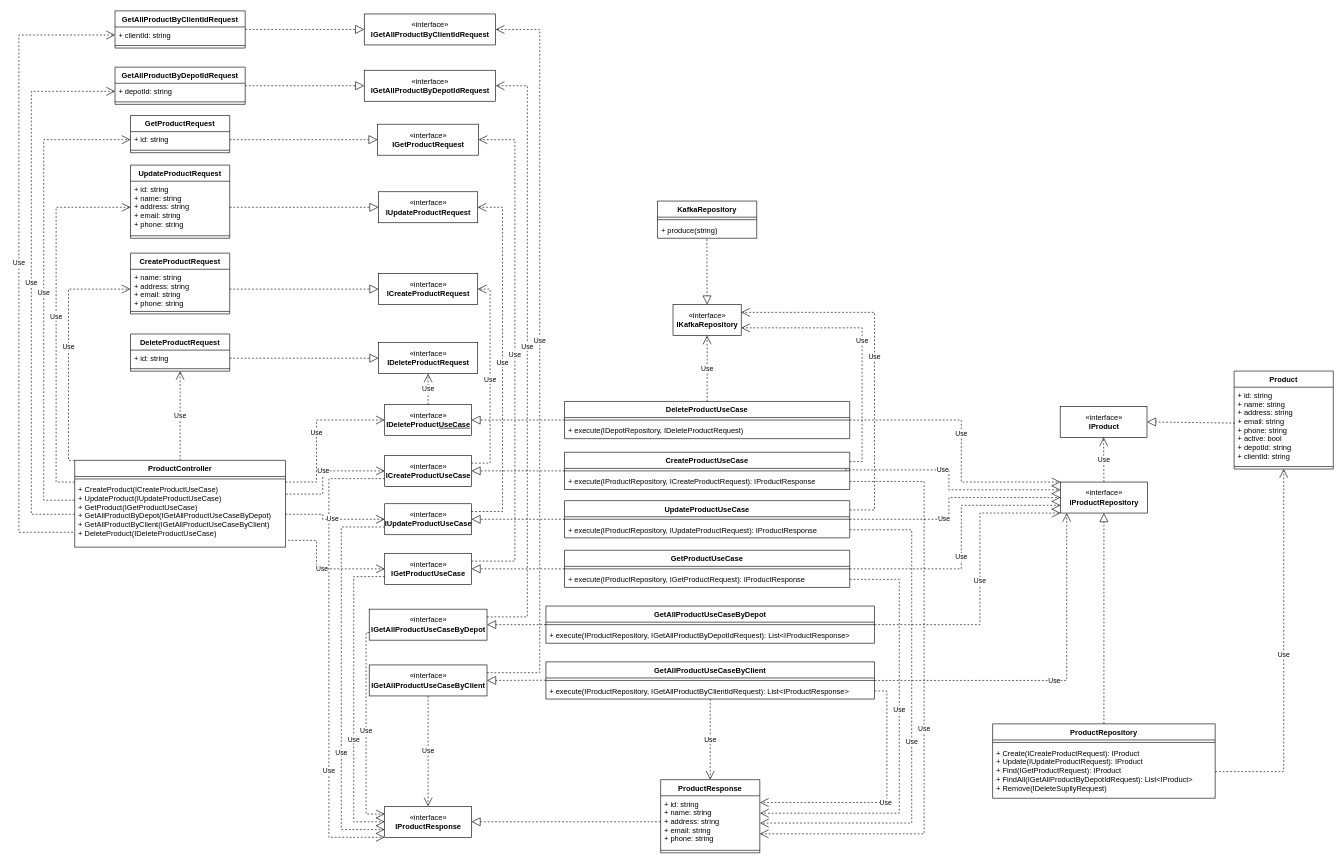
Above: project/diagrams/class-diagrams/products-service/products-service.drawio in bitols/logistics-services-management (draw.io), before the change. Source tidied: cells renumbered, new cells numbered last; positions are measured from the earlier drawing's top-left corner, leaving out a move shared by most shapes. Both pictures are drawn from the tidied source at 62%, with x=0, y=0 at pixel (19, 11).
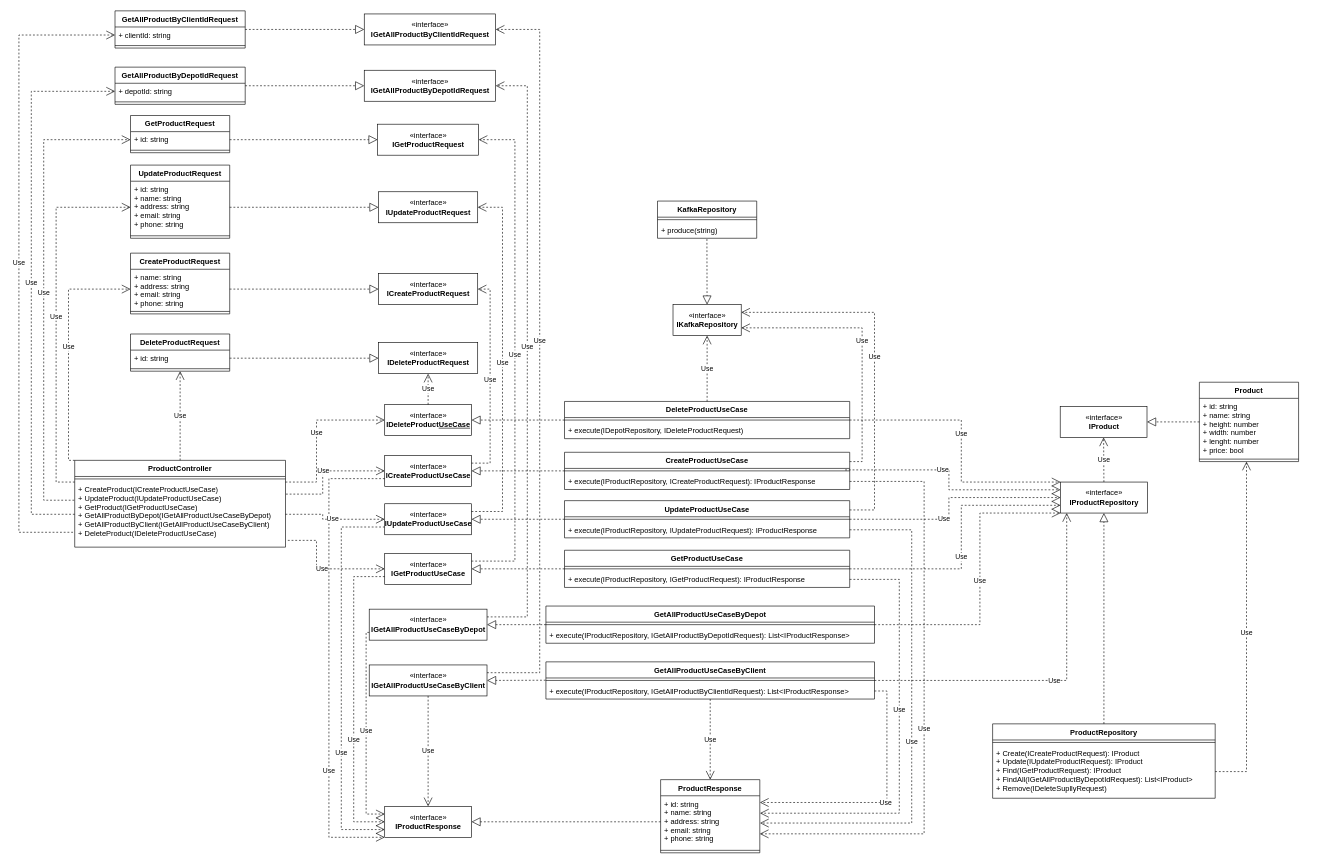
The same diagram, later.

The change refers to these unchanged cells:
```xml
<mxCell id="76" value="«interface»&lt;br&gt;&lt;b&gt;IProduct&lt;/b&gt;" style="html=1;" parent="1" vertex="1">
  <mxGeometry x="1679.5" y="638" width="140" height="50" as="geometry" />
</mxCell>
<mxCell id="79" value="+ Create(ICreateProductRequest): IProduct&#10;+ Update(IUpdateProductRequest): IProduct&#10;+ Find(IGetProductRequest): IProduct&#10;+ FindAll(IGetAllProductByDepotIdRequest): List&lt;IProduct&gt;&#10;+ Remove(IDeleteSupllyRequest)" style="text;strokeColor=none;fillColor=none;align=left;verticalAlign=top;spacingLeft=4;spacingRight=4;overflow=hidden;points=[[0,0.5],[1,0.5]];portConstraint=eastwest;" parent="77" vertex="1">
  <mxGeometry y="34" width="359" height="86" as="geometry" />
</mxCell>
```

The edit, as a diff of the source:
```diff
@@
-    <mxCell id="81" value="Product" style="swimlane;fontStyle=1;align=center;verticalAlign=top;horizontal=1;startSize=26;" parent="1" vertex="1">
-      <mxGeometry x="1960" y="581" width="160" height="158" as="geometry" />
-    </mxCell>
-    <mxCell id="82" value="+ id: string&#10;+ name: string&#10;+ address: string&#10;+ email: string&#10;+ phone: string&#10;+ active: bool&#10;+ depotId: string&#10;+ clientId: string" style="text;strokeColor=none;fillColor=none;align=left;verticalAlign=top;spacingLeft=4;spacingRight=4;overflow=hidden;points=[[0,0.5],[1,0.5]];portConstraint=eastwest;" parent="81" vertex="1">
-      <mxGeometry y="26" width="160" height="124" as="geometry" />
-    </mxCell>
-    <mxCell id="83" style="line;strokeWidth=1;fillColor=none;align=left;verticalAlign=middle;spacingTop=-1;spacingLeft=3;spacingRight=3;labelPosition=right;" parent="81" vertex="1">
-      <mxGeometry y="150" width="160" height="8" as="geometry" />
-    </mxCell>
-    <mxCell id="84" value="Use" style="endArrow=open;endSize=12;dashed=1;html=1;rounded=0;exitX=1;exitY=0.5;exitDx=0;exitDy=0;edgeStyle=elbowEdgeStyle;elbow=vertical;entryX=0.5;entryY=1;entryDx=0;entryDy=0;" parent="1" edge="1" source="79" target="81">
+    <mxCell id="84" value="Use" style="endArrow=open;endSize=12;dashed=1;html=1;rounded=0;exitX=1;exitY=0.5;exitDx=0;exitDy=0;edgeStyle=elbowEdgeStyle;elbow=vertical;" parent="1" edge="1" source="79" target="81">
       <mxGeometry relative="1" as="geometry">
         <Array as="points">
           <mxPoint x="1980" y="1227" />
           <mxPoint x="1920" y="990" />
         </Array>
       </mxGeometry>
     </mxCell>
-    <mxCell id="85" style="endArrow=block;dashed=1;endFill=0;endSize=12;html=1;rounded=0;elbow=vertical;entryX=1;entryY=0.5;entryDx=0;entryDy=0;exitX=0.008;exitY=0.467;exitDx=0;exitDy=0;exitPerimeter=0;" parent="1" edge="1" source="82" target="76">
+    <mxCell id="85" style="endArrow=block;dashed=1;endFill=0;endSize=12;html=1;rounded=0;elbow=vertical;entryX=1;entryY=0.5;entryDx=0;entryDy=0;" parent="1" edge="1" source="81" target="76">
       <mxGeometry relative="1" as="geometry" />
     </mxCell>
@@
+    <mxCell id="81" value="Product" style="swimlane;fontStyle=1;align=center;verticalAlign=top;horizontal=1;startSize=26;" parent="1" vertex="1">
+      <mxGeometry x="1904" y="599" width="160" height="128" as="geometry" />
+    </mxCell>
+    <mxCell id="124" value="+ id: string&#10;+ name: string&#10;+ height: number&#10;+ width: number&#10;+ lenght: number&#10;+ price: bool" style="text;strokeColor=none;fillColor=none;align=left;verticalAlign=top;spacingLeft=4;spacingRight=4;overflow=hidden;" parent="81" vertex="1">
+      <mxGeometry y="26" width="160" height="94" as="geometry" />
+    </mxCell>
+    <mxCell id="125" style="line;strokeWidth=1;fillColor=none;align=left;verticalAlign=middle;spacingTop=-1;spacingLeft=3;spacingRight=3;labelPosition=right;" parent="81" vertex="1">
+      <mxGeometry y="120" width="160" height="8" as="geometry" />
+    </mxCell>
```
